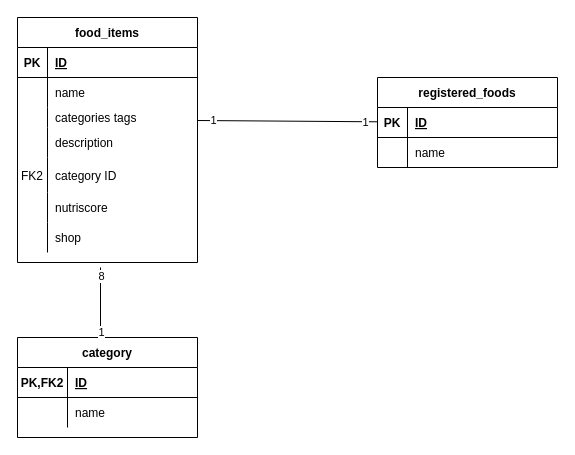
Before: page "Page-10" (10 of 11) of diagrammes réunis.drawio in robindauteuil/Diagramme_UML, a draw.io diagram. Source tidied: cells renumbered, new cells numbered last; positions are measured from the earlier drawing's top-left corner, leaving out a move shared by most shapes. Both pictures are drawn from the tidied source at 100%, with x=0, y=0 at pixel (17, 17).
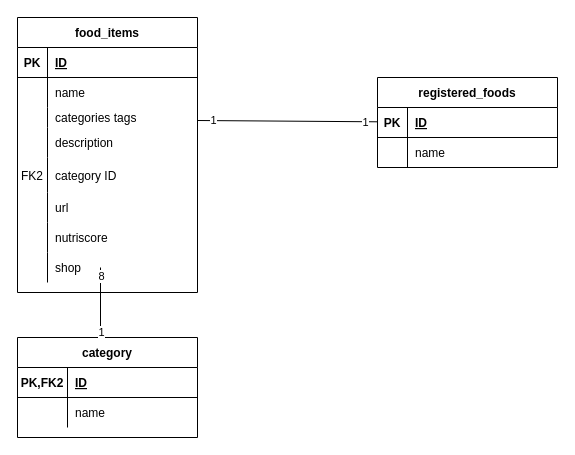
After the change.

The edit, as a diff of the source:
```diff
@@
     <mxCell id="2" value="food_items" style="shape=table;startSize=30;childLayout=tableLayout;rowLines=0;fontStyle=1;align=center;" parent="1" vertex="1">
-      <mxGeometry width="180" height="245" as="geometry" />
+      <mxGeometry width="180" height="275" as="geometry" />
     </mxCell>
@@
+    <mxCell id="44" style="shape=partialRectangle;fillColor=none;top=0;left=0;bottom=0;right=0;" parent="2" vertex="1">
+      <mxGeometry y="175" width="180" height="30" as="geometry" />
+    </mxCell>
+    <mxCell id="45" style="shape=partialRectangle;fillColor=none;top=0;left=0;bottom=0;right=0;overflow=hidden;" parent="44" vertex="1">
+      <mxGeometry width="30" height="30" as="geometry" />
+    </mxCell>
+    <mxCell id="46" value="url" style="shape=partialRectangle;fillColor=none;top=0;left=0;bottom=0;right=0;align=left;spacingLeft=6;overflow=hidden;" parent="44" vertex="1">
+      <mxGeometry x="30" width="150" height="30" as="geometry" />
+    </mxCell>
     <mxCell id="18" style="shape=partialRectangle;fillColor=none;top=0;left=0;bottom=0;right=0;" parent="2" vertex="1">
-      <mxGeometry y="175" width="180" height="30" as="geometry" />
+      <mxGeometry y="205" width="180" height="30" as="geometry" />
     </mxCell>
@@
     <mxCell id="21" style="shape=partialRectangle;fillColor=none;top=0;left=0;bottom=0;right=0;" parent="2" vertex="1">
-      <mxGeometry y="205" width="180" height="30" as="geometry" />
+      <mxGeometry y="235" width="180" height="30" as="geometry" />
     </mxCell>
```
